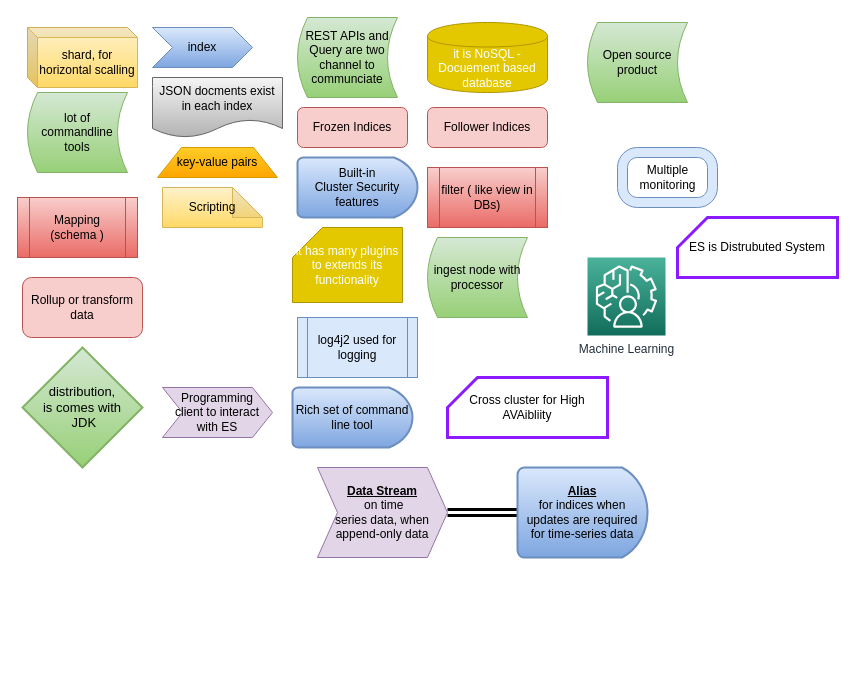
Before: page "ES-General" (1 of 5) of My Articles/elastic stack/Elastic Search Understanding.drawio in paramothers/books, a draw.io diagram. Source tidied: cells renumbered, new cells numbered last; positions are measured from the earlier drawing's top-left corner, leaving out a move shared by most shapes. Both pictures are drawn from the tidied source at 100%, with x=0, y=0 at pixel (17, 17).
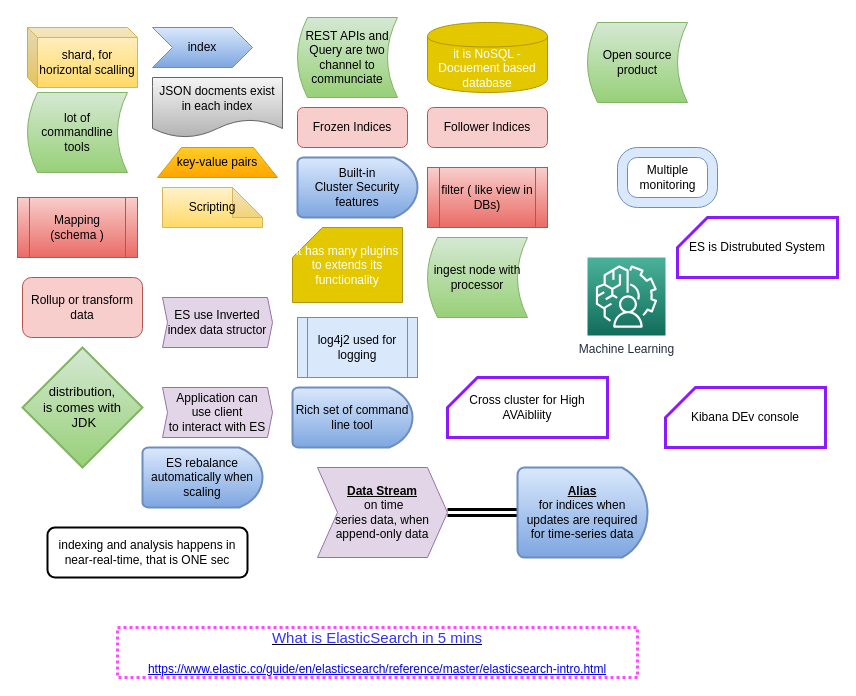
The same diagram, later.

The edit, as a diff of the source:
```diff
@@
-    <mxCell id="23" value="Programming &lt;br&gt;client to interact with ES" style="shape=step;perimeter=stepPerimeter;whiteSpace=wrap;html=1;fixedSize=1;fillColor=#e1d5e7;strokeColor=#9673a6;" parent="1" vertex="1">
+    <mxCell id="23" value="Application can use&amp;nbsp;client &lt;br&gt;to interact with ES" style="shape=step;perimeter=stepPerimeter;whiteSpace=wrap;html=1;fixedSize=1;fillColor=#e1d5e7;strokeColor=#9673a6;size=5;" parent="1" vertex="1">
       <mxGeometry x="145" y="370" width="110" height="50" as="geometry" />
     </mxCell>
@@
+    <mxCell id="31" value="indexing and analysis happens in near-real-time, that is ONE sec" style="rounded=1;whiteSpace=wrap;html=1;strokeColor=#000000;strokeWidth=2;" parent="1" vertex="1">
+      <mxGeometry x="30" y="510" width="200" height="50" as="geometry" />
+    </mxCell>
+    <mxCell id="32" value="ES use Inverted index data structor" style="shape=step;perimeter=stepPerimeter;whiteSpace=wrap;html=1;fixedSize=1;fillColor=#e1d5e7;strokeColor=#9673a6;size=5;" parent="1" vertex="1">
+      <mxGeometry x="145" y="280" width="110" height="50" as="geometry" />
+    </mxCell>
+    <mxCell id="33" value="Kibana DEv console" style="shape=card;whiteSpace=wrap;html=1;strokeColor=#8C19FF;strokeWidth=3;fillColor=none;" parent="1" vertex="1">
+      <mxGeometry x="648" y="370" width="160" height="60" as="geometry" />
+    </mxCell>
+    <mxCell id="34" value="&lt;font&gt;&lt;u&gt;&lt;font style=&quot;font-size: 15px&quot; color=&quot;#3333ff&quot;&gt;What is ElasticSearch in 5 mins&lt;/font&gt;&lt;br&gt;&lt;/u&gt;&lt;/font&gt;&lt;br&gt;&lt;a href=&quot;https://www.elastic.co/guide/en/elasticsearch/reference/master/elasticsearch-intro.html&quot;&gt;https://www.elastic.co/guide/en/elasticsearch/reference/master/elasticsearch-intro.html&lt;/a&gt;" style="text;html=1;fillColor=none;align=center;verticalAlign=middle;whiteSpace=wrap;rounded=0;strokeColor=#FF4AFF;strokeWidth=3;dashed=1;dashPattern=1 1;" parent="1" vertex="1">
+      <mxGeometry x="100" y="610" width="520" height="50" as="geometry" />
+    </mxCell>
+    <mxCell id="35" value="ES rebalance automatically when scaling" style="strokeWidth=2;html=1;shape=mxgraph.flowchart.delay;whiteSpace=wrap;gradientColor=#7ea6e0;fillColor=#dae8fc;strokeColor=#6c8ebf;" parent="1" vertex="1">
+      <mxGeometry x="125" y="430" width="120" height="60" as="geometry" />
+    </mxCell>
```
